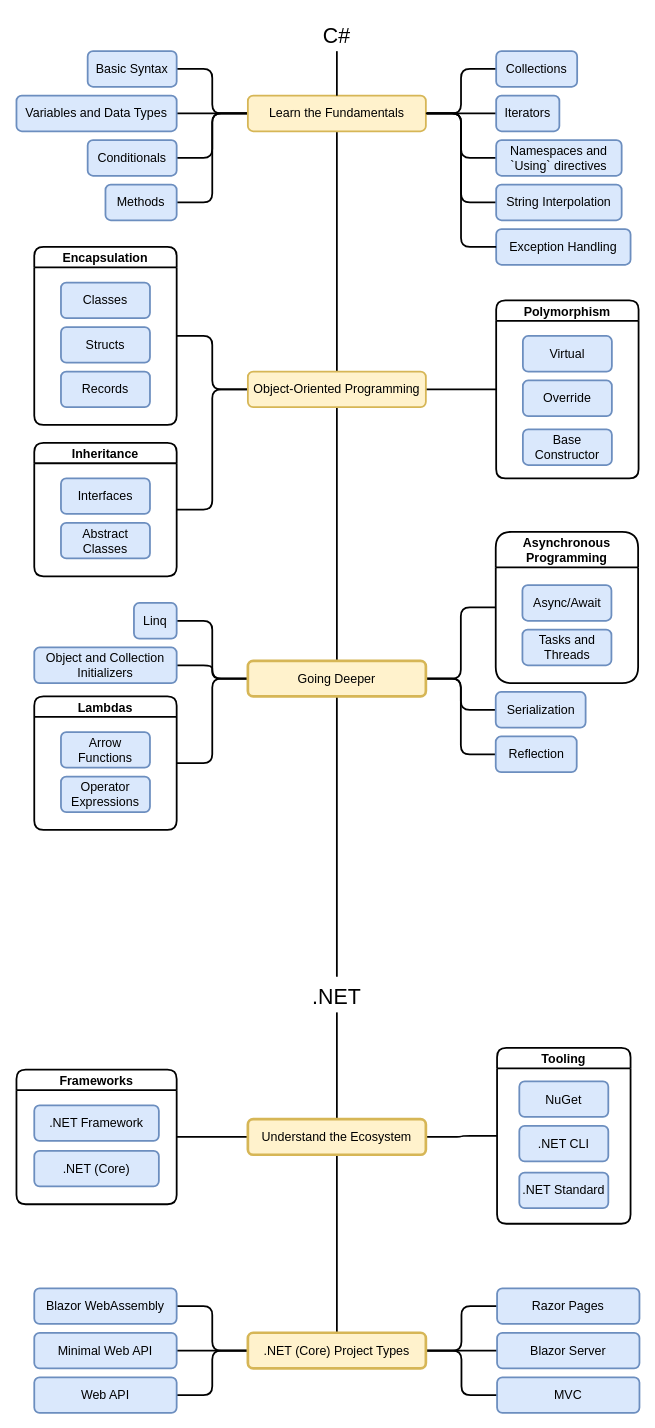
Before: dotnet-developer-roadmap.drawio in gridlocdev/csharp-learning-roadmap, a draw.io diagram. Source tidied: cells renumbered, new cells numbered last; positions are measured from the earlier drawing's top-left corner, leaving out a move shared by most shapes. Both pictures are drawn from the tidied source at 89%, with x=0, y=0 at pixel (16, 15).
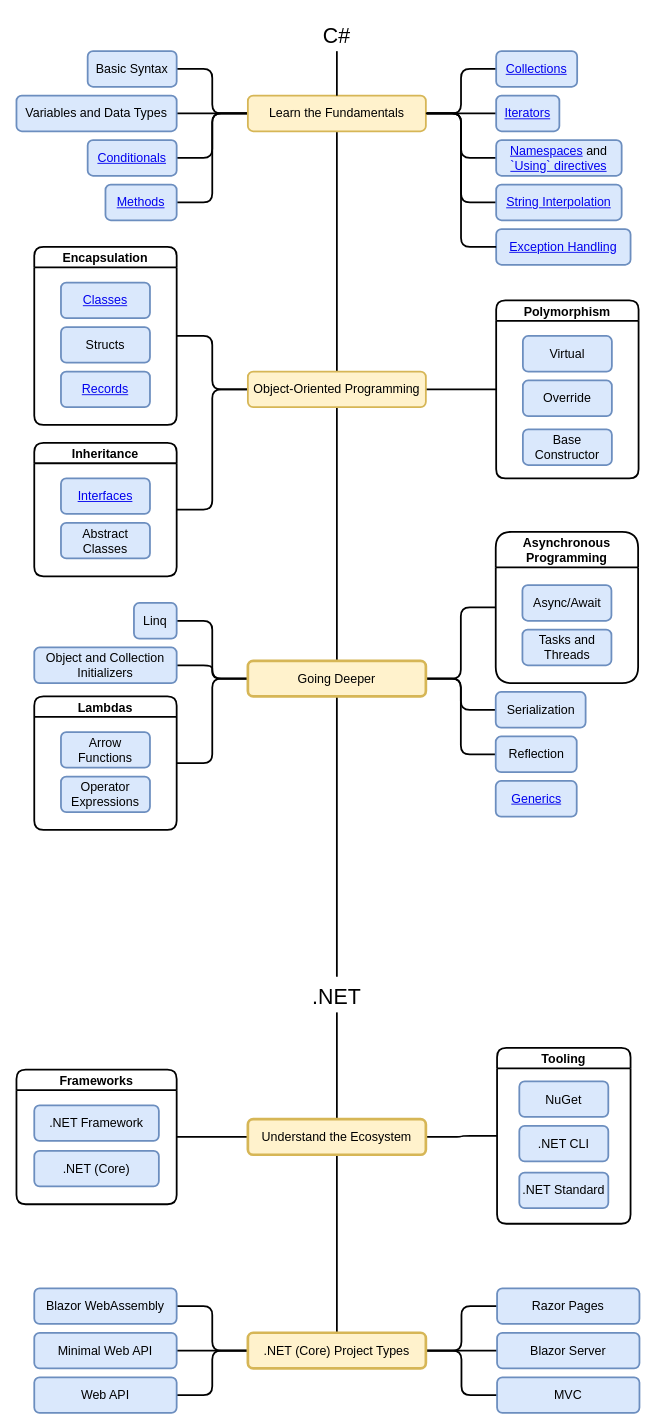
The same diagram, later.

Unchanged cells that the change refers to:
```xml
<mxCell id="29" value="Encapsulation" style="swimlane;rounded=1;fontSize=14;strokeWidth=2;" parent="1" vertex="1">
  <mxGeometry x="20" y="260" width="160" height="200" as="geometry" />
</mxCell>
<mxCell id="33" value="Inheritance" style="swimlane;rounded=1;fontSize=14;strokeWidth=2;" parent="1" vertex="1">
  <mxGeometry x="20" y="480" width="160" height="150" as="geometry" />
</mxCell>
```

Diff of the diagram source:
```diff
@@
-    <mxCell id="16" value="&lt;div style=&quot;font-size: 14px;&quot;&gt;Conditionals&lt;/div&gt;" style="rounded=1;whiteSpace=wrap;html=1;fillColor=#dae8fc;strokeColor=#6c8ebf;strokeWidth=2;fontSize=14;" parent="1" vertex="1">
+    <mxCell id="16" value="&lt;div style=&quot;font-size: 14px&quot;&gt;&lt;a href=&quot;https://docs.microsoft.com/en-us/dotnet/csharp/language-reference/statements/selection-statements&quot;&gt;Conditionals&lt;/a&gt;&lt;/div&gt;" style="rounded=1;whiteSpace=wrap;html=1;fillColor=#dae8fc;strokeColor=#6c8ebf;strokeWidth=2;fontSize=14;" parent="1" vertex="1">
       <mxGeometry x="80" y="140" width="100" height="40" as="geometry" />
     </mxCell>
-    <mxCell id="17" value="Methods" style="rounded=1;whiteSpace=wrap;html=1;fillColor=#dae8fc;strokeColor=#6c8ebf;strokeWidth=2;fontSize=14;" parent="1" vertex="1">
+    <mxCell id="17" value="&lt;a href=&quot;https://docs.microsoft.com/en-us/dotnet/csharp/methods&quot;&gt;Methods&lt;/a&gt;" style="rounded=1;whiteSpace=wrap;html=1;fillColor=#dae8fc;strokeColor=#6c8ebf;strokeWidth=2;fontSize=14;" parent="1" vertex="1">
       <mxGeometry x="100" y="190" width="80" height="40" as="geometry" />
     </mxCell>
-    <mxCell id="18" value="Namespaces and `Using` directives" style="rounded=1;whiteSpace=wrap;html=1;fillColor=#dae8fc;strokeColor=#6c8ebf;strokeWidth=2;fontSize=14;" parent="1" vertex="1">
+    <mxCell id="18" value="&lt;a href=&quot;https://docs.microsoft.com/en-us/dotnet/csharp/fundamentals/types/namespaces&quot;&gt;Namespaces&lt;/a&gt; and &lt;a href=&quot;https://docs.microsoft.com/en-us/dotnet/csharp/language-reference/keywords/using-directive&quot;&gt;`Using` directives&lt;/a&gt;" style="rounded=1;whiteSpace=wrap;html=1;fillColor=#dae8fc;strokeColor=#6c8ebf;strokeWidth=2;fontSize=14;" parent="1" vertex="1">
       <mxGeometry x="539" y="140" width="141" height="40" as="geometry" />
     </mxCell>
-    <mxCell id="19" value="&lt;div style=&quot;font-size: 14px;&quot;&gt;Collections&lt;/div&gt;" style="rounded=1;whiteSpace=wrap;html=1;fillColor=#dae8fc;strokeColor=#6c8ebf;strokeWidth=2;fontSize=14;" parent="1" vertex="1">
+    <mxCell id="19" value="&lt;div style=&quot;font-size: 14px&quot;&gt;&lt;a href=&quot;https://docs.microsoft.com/en-us/dotnet/csharp/programming-guide/concepts/collections&quot;&gt;Collections&lt;/a&gt;&lt;/div&gt;" style="rounded=1;whiteSpace=wrap;html=1;fillColor=#dae8fc;strokeColor=#6c8ebf;strokeWidth=2;fontSize=14;" parent="1" vertex="1">
       <mxGeometry x="539" y="40" width="91" height="40" as="geometry" />
     </mxCell>
-    <mxCell id="20" value="&lt;div style=&quot;font-size: 14px;&quot;&gt;Iterators&lt;/div&gt;" style="rounded=1;whiteSpace=wrap;html=1;fillColor=#dae8fc;strokeColor=#6c8ebf;strokeWidth=2;fontSize=14;" parent="1" vertex="1">
+    <mxCell id="20" value="&lt;div style=&quot;font-size: 14px&quot;&gt;&lt;a href=&quot;https://docs.microsoft.com/en-us/dotnet/csharp/programming-guide/concepts/iterators&quot;&gt;Iterators&lt;/a&gt;&lt;/div&gt;" style="rounded=1;whiteSpace=wrap;html=1;fillColor=#dae8fc;strokeColor=#6c8ebf;strokeWidth=2;fontSize=14;" parent="1" vertex="1">
       <mxGeometry x="539" y="90" width="71" height="40" as="geometry" />
     </mxCell>
-    <mxCell id="21" value="&lt;div style=&quot;font-size: 14px;&quot;&gt;String Interpolation&lt;br style=&quot;font-size: 14px;&quot;&gt;&lt;/div&gt;" style="rounded=1;whiteSpace=wrap;html=1;fillColor=#dae8fc;strokeColor=#6c8ebf;strokeWidth=2;fontSize=14;" parent="1" vertex="1">
+    <mxCell id="21" value="&lt;div style=&quot;font-size: 14px&quot;&gt;&lt;a href=&quot;https://docs.microsoft.com/en-us/dotnet/csharp/language-reference/tokens/interpolated&quot;&gt;String Interpolation&lt;br style=&quot;font-size: 14px&quot;&gt;&lt;/a&gt;&lt;/div&gt;" style="rounded=1;whiteSpace=wrap;html=1;fillColor=#dae8fc;strokeColor=#6c8ebf;strokeWidth=2;fontSize=14;" parent="1" vertex="1">
       <mxGeometry x="539" y="190" width="141" height="40" as="geometry" />
     </mxCell>
-    <mxCell id="22" value="&lt;div style=&quot;font-size: 14px;&quot;&gt;Exception Handling&lt;br style=&quot;font-size: 14px;&quot;&gt;&lt;/div&gt;" style="rounded=1;whiteSpace=wrap;html=1;fillColor=#dae8fc;strokeColor=#6c8ebf;strokeWidth=2;fontSize=14;" parent="1" vertex="1">
+    <mxCell id="22" value="&lt;div style=&quot;font-size: 14px&quot;&gt;&lt;a href=&quot;https://docs.microsoft.com/en-us/dotnet/csharp/fundamentals/exceptions/exception-handling&quot;&gt;Exception Handling&lt;/a&gt;&lt;br style=&quot;font-size: 14px&quot;&gt;&lt;/div&gt;" style="rounded=1;whiteSpace=wrap;html=1;fillColor=#dae8fc;strokeColor=#6c8ebf;strokeWidth=2;fontSize=14;" parent="1" vertex="1">
       <mxGeometry x="539" y="240" width="151" height="40" as="geometry" />
     </mxCell>
@@
-    <mxCell id="30" value="Classes" style="rounded=1;whiteSpace=wrap;html=1;fillColor=#dae8fc;strokeColor=#6c8ebf;strokeWidth=2;fontSize=14;" parent="29" vertex="1">
+    <mxCell id="30" value="&lt;a href=&quot;https://docs.microsoft.com/en-us/dotnet/csharp/fundamentals/types/classes&quot;&gt;Classes&lt;/a&gt;" style="rounded=1;whiteSpace=wrap;html=1;fillColor=#dae8fc;strokeColor=#6c8ebf;strokeWidth=2;fontSize=14;" parent="29" vertex="1">
       <mxGeometry x="30" y="40" width="100" height="40" as="geometry" />
     </mxCell>
@@
-    <mxCell id="32" value="Records" style="rounded=1;whiteSpace=wrap;html=1;fillColor=#dae8fc;strokeColor=#6c8ebf;strokeWidth=2;fontSize=14;" parent="29" vertex="1">
+    <mxCell id="32" value="&lt;a href=&quot;https://docs.microsoft.com/en-us/dotnet/csharp/fundamentals/types/records&quot;&gt;Records&lt;/a&gt;" style="rounded=1;whiteSpace=wrap;html=1;fillColor=#dae8fc;strokeColor=#6c8ebf;strokeWidth=2;fontSize=14;" parent="29" vertex="1">
       <mxGeometry x="30" y="140" width="100" height="40" as="geometry" />
     </mxCell>
@@
-    <mxCell id="34" value="Interfaces" style="rounded=1;whiteSpace=wrap;html=1;fillColor=#dae8fc;strokeColor=#6c8ebf;strokeWidth=2;fontSize=14;" parent="33" vertex="1">
+    <mxCell id="34" value="&lt;a href=&quot;https://docs.microsoft.com/en-us/dotnet/csharp/fundamentals/types/interfaces&quot;&gt;Interfaces&lt;/a&gt;" style="rounded=1;whiteSpace=wrap;html=1;fillColor=#dae8fc;strokeColor=#6c8ebf;strokeWidth=2;fontSize=14;" parent="33" vertex="1">
       <mxGeometry x="30" y="40" width="100" height="40" as="geometry" />
     </mxCell>
@@
+    <mxCell id="84" value="&lt;a href=&quot;https://docs.microsoft.com/en-us/dotnet/csharp/fundamentals/types/generics&quot;&gt;Generics&lt;/a&gt;" style="rounded=1;whiteSpace=wrap;html=1;fillColor=#dae8fc;strokeColor=#6c8ebf;strokeWidth=2;fontSize=14;" parent="1" vertex="1">
+      <mxGeometry x="538.5" y="860" width="91" height="40" as="geometry" />
+    </mxCell>
```
